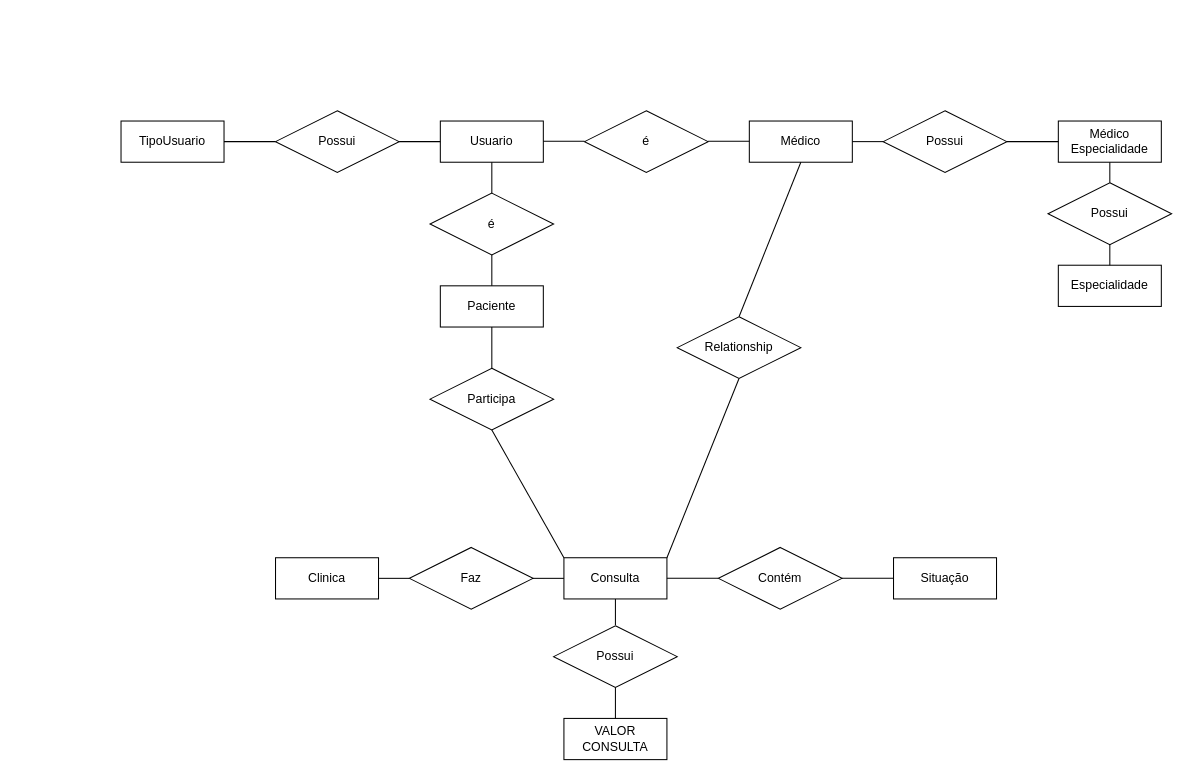
Before: page "conceitual" (2 of 2) of Backend Modelagem/Modelagem Logica.drawio in xcrispis/senai_spmedgroup_sprint1_-bd_manha1_marco, a draw.io diagram. Source tidied: cells renumbered, new cells numbered last; positions are measured from the earlier drawing's top-left corner, leaving out a move shared by most shapes. Both pictures are drawn from the tidied source at 103%, with x=0, y=0 at pixel (121, 110).
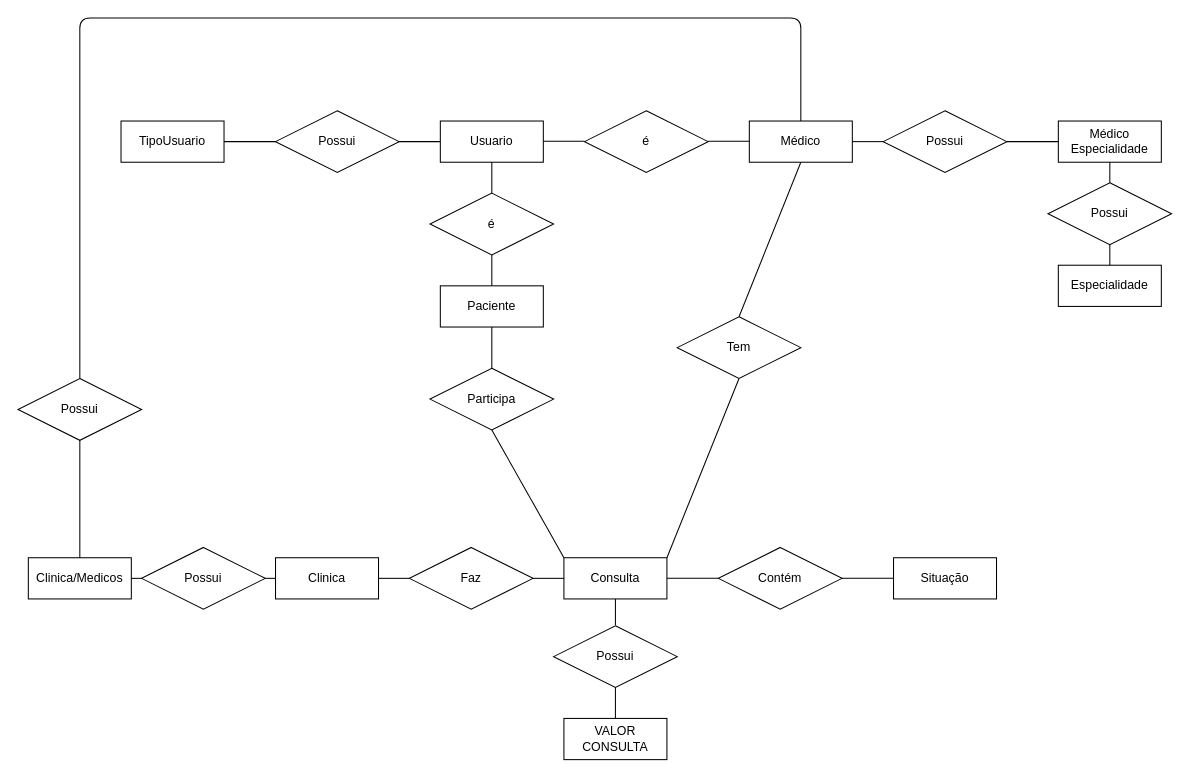
The same diagram, later.

The change refers to these unchanged cells:
```xml
<mxCell id="5" value="Médico" style="whiteSpace=wrap;html=1;align=center;" parent="1" vertex="1">
  <mxGeometry x="610" y="10" width="100" height="40" as="geometry" />
</mxCell>
<mxCell id="8" value="Clinica&lt;br&gt;" style="whiteSpace=wrap;html=1;align=center;" parent="1" vertex="1">
  <mxGeometry x="150" y="434" width="100" height="40" as="geometry" />
</mxCell>
```

Change to the diagram source:
```diff
@@
-    <mxCell id="41" value="Relationship" style="shape=rhombus;perimeter=rhombusPerimeter;whiteSpace=wrap;html=1;align=center;" parent="1" vertex="1">
+    <mxCell id="41" value="Tem" style="shape=rhombus;perimeter=rhombusPerimeter;whiteSpace=wrap;html=1;align=center;" parent="1" vertex="1">
       <mxGeometry x="540" y="200" width="120" height="60" as="geometry" />
     </mxCell>
+    <mxCell id="42" value="Clinica/Medicos" style="rounded=0;arcSize=10;whiteSpace=wrap;html=1;align=center;" parent="1" vertex="1">
+      <mxGeometry x="-90" y="434" width="100" height="40" as="geometry" />
+    </mxCell>
+    <mxCell id="43" value="Possui" style="shape=rhombus;perimeter=rhombusPerimeter;whiteSpace=wrap;html=1;align=center;" parent="1" vertex="1">
+      <mxGeometry x="20" y="424" width="120" height="60" as="geometry" />
+    </mxCell>
+    <mxCell id="44" style="endArrow=none;html=1;entryX=1;entryY=0.5;entryDx=0;entryDy=0;exitX=0;exitY=0.5;exitDx=0;exitDy=0;" parent="1" edge="1" source="43" target="42">
+      <mxGeometry relative="1" as="geometry" />
+    </mxCell>
+    <mxCell id="45" style="endArrow=none;html=1;entryX=0;entryY=0.5;entryDx=0;entryDy=0;exitX=1;exitY=0.5;exitDx=0;exitDy=0;" parent="1" edge="1" source="43" target="8">
+      <mxGeometry relative="1" as="geometry" />
+    </mxCell>
+    <mxCell id="46" style="endArrow=none;html=1;exitX=0.5;exitY=0;exitDx=0;exitDy=0;entryX=0.5;entryY=0;entryDx=0;entryDy=0;" parent="1" edge="1" source="5" target="47">
+      <mxGeometry relative="1" as="geometry">
+        <Array as="points">
+          <mxPoint x="660" y="-90" />
+          <mxPoint x="500" y="-90" />
+          <mxPoint x="330" y="-90" />
+          <mxPoint x="150" y="-90" />
+          <mxPoint x="-40" y="-90" />
+        </Array>
+      </mxGeometry>
+    </mxCell>
+    <mxCell id="47" value="Possui" style="shape=rhombus;perimeter=rhombusPerimeter;whiteSpace=wrap;html=1;align=center;rounded=0;" parent="1" vertex="1">
+      <mxGeometry x="-100" y="260" width="120" height="60" as="geometry" />
+    </mxCell>
+    <mxCell id="48" style="endArrow=none;html=1;entryX=0.5;entryY=1;entryDx=0;entryDy=0;exitX=0.5;exitY=0;exitDx=0;exitDy=0;" parent="1" edge="1" source="42" target="47">
+      <mxGeometry relative="1" as="geometry" />
+    </mxCell>
```
